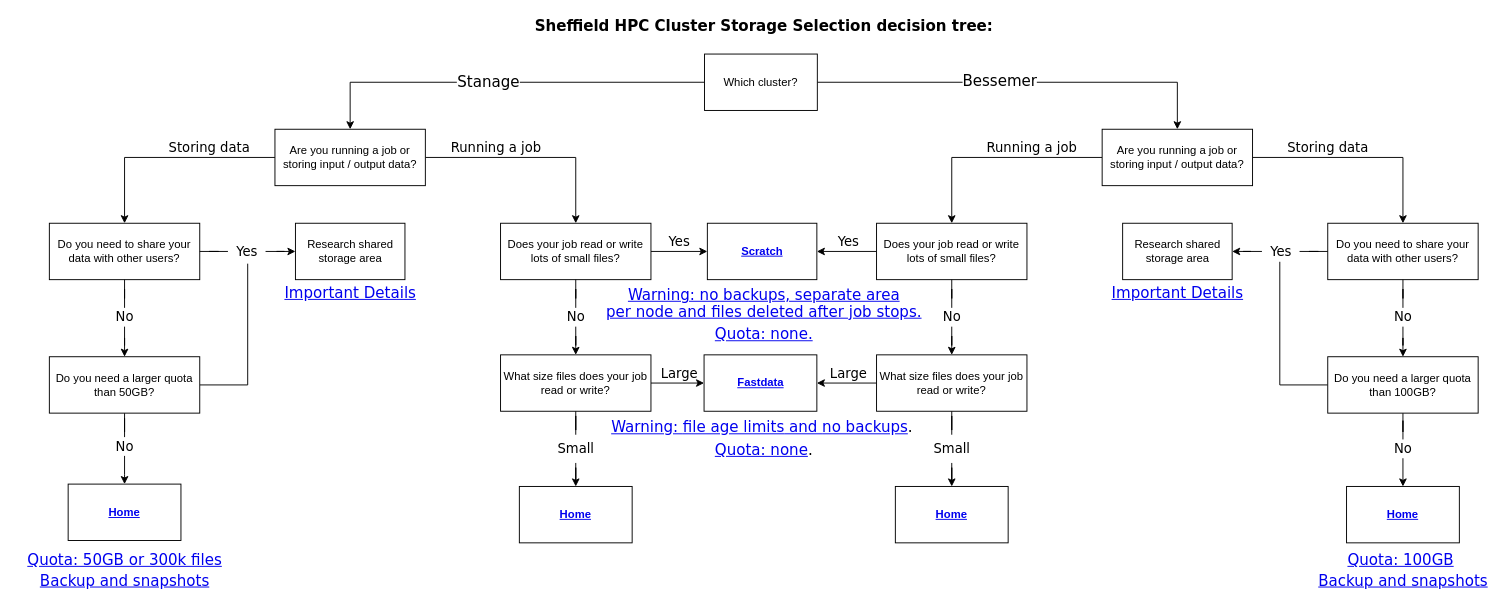
Before: hpc/Sheffield-HPC-Cluster-Storage-Selection-decision-tree.drawio.xml in rcgsheffield/sheffield_hpc, a draw.io diagram. Source tidied: cells renumbered, new cells numbered last; positions are measured from the earlier drawing's top-left corner, leaving out a move shared by most shapes. Both pictures are drawn from the tidied source at 94%, with x=0, y=0 at pixel (16, 16).
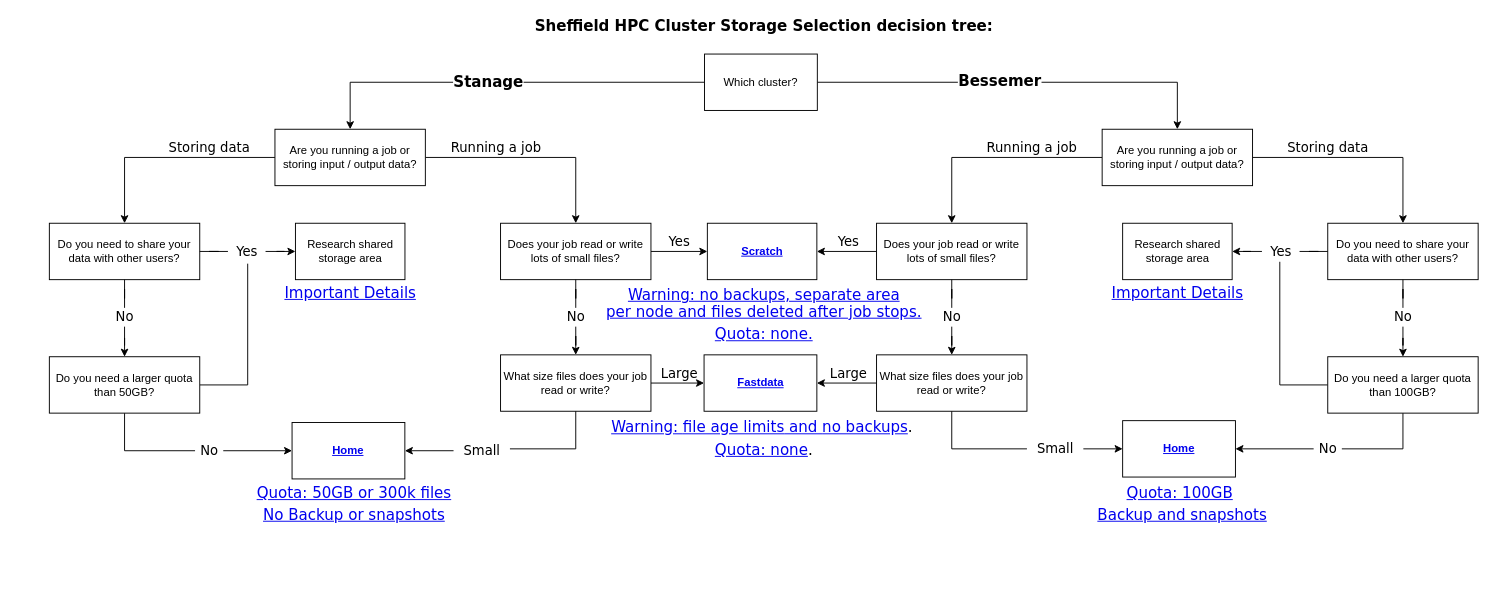
Above is the later version.

Unchanged cells that the change refers to:
```xml
<mxCell id="2" style="rounded=0;jettySize=auto;html=1;exitX=0;exitY=0.5;exitDx=0;exitDy=0;entryX=0.5;entryY=0;entryDx=0;entryDy=0;fontFamily=Verdana;fontSize=16;edgeStyle=orthogonalEdgeStyle;" parent="1" edge="1" source="6" target="26">
  <mxGeometry relative="1" as="geometry" />
</mxCell>
<mxCell id="4" style="edgeStyle=orthogonalEdgeStyle;rounded=0;jettySize=auto;html=1;exitX=1;exitY=0.5;exitDx=0;exitDy=0;entryX=0.5;entryY=0;entryDx=0;entryDy=0;fontFamily=Verdana;fontSize=16;" parent="1" edge="1" source="6" target="29">
  <mxGeometry relative="1" as="geometry" />
</mxCell>
<mxCell id="17" value="What size files does your job read or write?" style="rounded=0;whiteSpace=wrap;html=1;" parent="1" vertex="1">
  <mxGeometry x="515" y="360" width="160" height="60" as="geometry" />
</mxCell>
<mxCell id="20" value="What size files does your job read or write?" style="rounded=0;whiteSpace=wrap;html=1;" parent="1" vertex="1">
  <mxGeometry x="915" y="360" width="160" height="60" as="geometry" />
</mxCell>
<mxCell id="74" value="Do you need a larger quota than 50GB?" style="rounded=0;whiteSpace=wrap;html=1;spacing=8;" parent="1" vertex="1">
  <mxGeometry x="35" y="362" width="160" height="60" as="geometry" />
</mxCell>
<mxCell id="77" value="Do you need a larger quota than 100GB?" style="rounded=0;whiteSpace=wrap;html=1;spacing=8;" parent="1" vertex="1">
  <mxGeometry x="1395" y="362" width="160" height="60" as="geometry" />
</mxCell>
```

The edit, as a diff of the source:
```diff
@@
-    <mxCell id="3" value="Stanage" style="edgeLabel;html=1;align=center;verticalAlign=middle;fontSize=16;fontFamily=Verdana;" parent="2" vertex="1">
+    <mxCell id="3" value="Stanage" style="edgeLabel;html=1;align=center;verticalAlign=middle;fontSize=16;fontFamily=Verdana;fontStyle=1;" parent="2" vertex="1">
       <mxGeometry x="0.08" y="-1" relative="1" as="geometry" />
     </mxCell>
@@
-    <mxCell id="5" value="Bessemer" style="edgeLabel;html=1;align=center;verticalAlign=middle;fontSize=16;fontFamily=Verdana;" parent="4" vertex="1">
+    <mxCell id="5" value="Bessemer" style="edgeLabel;html=1;align=center;verticalAlign=middle;fontSize=16;fontFamily=Verdana;fontStyle=1;" parent="4" vertex="1">
       <mxGeometry x="-0.11" y="2" relative="1" as="geometry" />
     </mxCell>
@@
-    <mxCell id="16" style="edgeStyle=orthogonalEdgeStyle;rounded=0;jettySize=auto;html=1;fontFamily=Verdana;fontSize=14;startArrow=none;" parent="1" edge="1" source="45" target="43">
-      <mxGeometry relative="1" as="geometry" />
-    </mxCell>
@@
-    <mxCell id="19" style="edgeStyle=orthogonalEdgeStyle;rounded=0;jettySize=auto;html=1;fontFamily=Verdana;fontSize=14;startArrow=none;" parent="1" edge="1" source="47" target="44">
-      <mxGeometry relative="1" as="geometry" />
-    </mxCell>
@@
-    <mxCell id="43" value="&lt;b&gt;&lt;a href=&quot;https://docs.hpc.shef.ac.uk/en/latest/hpc/filestore.html#home-directories&quot;&gt;Home&lt;/a&gt;&lt;/b&gt;&lt;br&gt;&lt;b&gt;&lt;/b&gt;" style="rounded=0;whiteSpace=wrap;html=1;" parent="1" vertex="1">
-      <mxGeometry x="535" y="500" width="120" height="60" as="geometry" />
-    </mxCell>
-    <mxCell id="44" value="&lt;b&gt;&lt;a href=&quot;https://docs.hpc.shef.ac.uk/en/latest/hpc/filestore.html#home-directories&quot;&gt;Home&lt;/a&gt;&lt;/b&gt;" style="rounded=0;whiteSpace=wrap;html=1;" parent="1" vertex="1">
-      <mxGeometry x="935" y="500" width="120" height="60" as="geometry" />
-    </mxCell>
+    <mxCell id="85" style="edgeStyle=orthogonalEdgeStyle;rounded=0;jettySize=auto;html=1;strokeColor=none;endArrow=none;endFill=0;" parent="1" edge="1" source="45">
+      <mxGeometry relative="1" as="geometry">
+        <mxPoint x="355" y="460" as="targetPoint" />
+        <Array as="points">
+          <mxPoint x="365" y="460" />
+          <mxPoint x="365" y="461" />
+        </Array>
+      </mxGeometry>
+    </mxCell>
     <mxCell id="45" value="Small" style="text;html=1;align=center;verticalAlign=middle;points=[];strokeColor=none;fillColor=none;fontSize=14;fontFamily=Verdana;" parent="1" vertex="1">
-      <mxGeometry x="565" y="445" width="60" height="30" as="geometry" />
+      <mxGeometry x="465" y="447" width="60" height="30" as="geometry" />
     </mxCell>
     <mxCell id="46" style="edgeStyle=orthogonalEdgeStyle;rounded=0;jettySize=auto;html=1;fontFamily=Verdana;fontSize=14;endArrow=none;" parent="1" edge="1" source="17" target="45">
-      <mxGeometry relative="1" as="geometry" />
+      <mxGeometry relative="1" as="geometry">
+        <Array as="points">
+          <mxPoint x="595" y="460" />
+        </Array>
+      </mxGeometry>
     </mxCell>
+    <mxCell id="86" style="edgeStyle=orthogonalEdgeStyle;rounded=0;jettySize=auto;html=1;" parent="1" edge="1" source="47" target="50">
+      <mxGeometry relative="1" as="geometry" />
+    </mxCell>
     <mxCell id="47" value="Small" style="text;html=1;align=center;verticalAlign=middle;points=[];strokeColor=none;fillColor=none;fontSize=14;fontFamily=Verdana;" parent="1" vertex="1">
-      <mxGeometry x="965" y="445" width="60" height="30" as="geometry" />
+      <mxGeometry x="1075" y="445" width="60" height="30" as="geometry" />
     </mxCell>
     <mxCell id="48" style="edgeStyle=orthogonalEdgeStyle;rounded=0;jettySize=auto;html=1;fontFamily=Verdana;fontSize=14;endArrow=none;" parent="1" edge="1" source="20" target="47">
-      <mxGeometry relative="1" as="geometry" />
+      <mxGeometry relative="1" as="geometry">
+        <Array as="points">
+          <mxPoint x="995" y="460" />
+        </Array>
+      </mxGeometry>
     </mxCell>
@@
     <mxCell id="50" value="&lt;b&gt;&lt;a href=&quot;https://docs.hpc.shef.ac.uk/en/latest/hpc/filestore.html#home-directories&quot;&gt;Home&lt;/a&gt;&lt;/b&gt;" style="rounded=0;whiteSpace=wrap;html=1;" parent="1" vertex="1">
-      <mxGeometry x="1415" y="500" width="120" height="60" as="geometry" />
+      <mxGeometry x="1176.8" y="430" width="120" height="60" as="geometry" />
     </mxCell>
@@
     <mxCell id="65" value="&lt;a href=&quot;https://docs.hpc.shef.ac.uk/en/latest/hpc/filestore.html#home-directories&quot;&gt;Quota: 50GB or 300k files&lt;/a&gt;" style="text;html=1;align=center;verticalAlign=middle;strokeColor=none;fillColor=none;fontSize=16;fontFamily=Verdana;" parent="1" vertex="1">
-      <mxGeometry y="562.5" width="230" height="30" as="geometry" />
+      <mxGeometry x="243.6" y="492" width="230" height="30" as="geometry" />
     </mxCell>
     <mxCell id="66" value="&lt;a href=&quot;https://docs.hpc.shef.ac.uk/en/latest/hpc/filestore.html#home-directories&quot;&gt;Backup and snapshots&lt;/a&gt;" style="text;html=1;align=center;verticalAlign=middle;strokeColor=none;fillColor=none;fontSize=16;fontFamily=Verdana;" parent="1" vertex="1">
-      <mxGeometry x="1375" y="590" width="200" height="20" as="geometry" />
+      <mxGeometry x="1140.4" y="519.5" width="200" height="20" as="geometry" />
     </mxCell>
@@
     <mxCell id="73" style="edgeStyle=orthogonalEdgeStyle;rounded=0;jettySize=auto;html=1;exitX=0.5;exitY=1;exitDx=0;exitDy=0;endArrow=none;endFill=0;" parent="1" edge="1" source="74" target="84">
-      <mxGeometry relative="1" as="geometry" />
+      <mxGeometry relative="1" as="geometry">
+        <Array as="points">
+          <mxPoint x="115" y="462" />
+        </Array>
+      </mxGeometry>
     </mxCell>
@@
     <mxCell id="75" style="edgeStyle=orthogonalEdgeStyle;rounded=0;jettySize=auto;html=1;endArrow=none;endFill=0;" parent="1" edge="1" source="77" target="79">
-      <mxGeometry relative="1" as="geometry" />
+      <mxGeometry relative="1" as="geometry">
+        <Array as="points">
+          <mxPoint x="1475" y="460" />
+        </Array>
+      </mxGeometry>
     </mxCell>
@@
-    <mxCell id="78" style="edgeStyle=orthogonalEdgeStyle;rounded=0;jettySize=auto;html=1;endArrow=classic;endFill=1;" parent="1" edge="1" source="79">
-      <mxGeometry relative="1" as="geometry">
-        <mxPoint x="1475" y="500" as="targetPoint" />
-      </mxGeometry>
-    </mxCell>
+    <mxCell id="87" style="edgeStyle=orthogonalEdgeStyle;rounded=0;jettySize=auto;html=1;entryX=1;entryY=0.5;entryDx=0;entryDy=0;" parent="1" edge="1" source="79" target="50">
+      <mxGeometry relative="1" as="geometry" />
+    </mxCell>
     <mxCell id="79" value="No" style="text;html=1;align=center;verticalAlign=middle;points=[];strokeColor=none;fillColor=none;fontSize=14;fontFamily=Verdana;" parent="1" vertex="1">
-      <mxGeometry x="1460" y="450" width="30" height="20" as="geometry" />
+      <mxGeometry x="1380" y="450" width="30" height="20" as="geometry" />
     </mxCell>
+    <mxCell id="81" value="&lt;a href=&quot;https://docs.hpc.shef.ac.uk/en/latest/hpc/filestore.html#home-directories&quot;&gt;Quota: 100GB&lt;/a&gt;&amp;nbsp;" style="text;html=1;align=center;verticalAlign=middle;strokeColor=none;fillColor=none;fontSize=16;fontFamily=Verdana;" parent="1" vertex="1">
+      <mxGeometry x="1170.4" y="492" width="140" height="30" as="geometry" />
+    </mxCell>
+    <mxCell id="88" style="edgeStyle=orthogonalEdgeStyle;rounded=0;jettySize=auto;html=1;" parent="1" edge="1" source="84" target="80">
+      <mxGeometry relative="1" as="geometry" />
+    </mxCell>
+    <mxCell id="84" value="No" style="text;html=1;align=center;verticalAlign=middle;points=[];strokeColor=none;fillColor=none;fontSize=14;fontFamily=Verdana;" parent="1" vertex="1">
+      <mxGeometry x="190" y="452" width="30" height="20" as="geometry" />
+    </mxCell>
+    <mxCell id="89" value="&lt;a href=&quot;https://docs.hpc.shef.ac.uk/en/latest/hpc/filestore.html#home-directories&quot;&gt;No Backup or snapshots&lt;/a&gt;" style="text;html=1;align=center;verticalAlign=middle;strokeColor=none;fillColor=none;fontSize=16;fontFamily=Verdana;" parent="1" vertex="1">
+      <mxGeometry x="248.6" y="514.5" width="220" height="30" as="geometry" />
+    </mxCell>
+    <mxCell id="90" style="edgeStyle=orthogonalEdgeStyle;rounded=0;jettySize=auto;html=1;" parent="1" edge="1" source="45" target="80">
+      <mxGeometry relative="1" as="geometry" />
+    </mxCell>
     <mxCell id="80" value="&lt;b&gt;&lt;a href=&quot;https://docs.hpc.shef.ac.uk/en/latest/hpc/filestore.html#home-directories&quot;&gt;Home&lt;/a&gt;&lt;/b&gt;" style="rounded=0;whiteSpace=wrap;html=1;" parent="1" vertex="1">
-      <mxGeometry x="55" y="497.5" width="120" height="60" as="geometry" />
+      <mxGeometry x="293.2" y="432" width="120" height="60" as="geometry" />
     </mxCell>
-    <mxCell id="81" value="&lt;a href=&quot;https://docs.hpc.shef.ac.uk/en/latest/hpc/filestore.html#home-directories&quot;&gt;Quota: 100GB&lt;/a&gt;&amp;nbsp;" style="text;html=1;align=center;verticalAlign=middle;strokeColor=none;fillColor=none;fontSize=16;fontFamily=Verdana;" parent="1" vertex="1">
-      <mxGeometry x="1405" y="562.5" width="140" height="30" as="geometry" />
-    </mxCell>
-    <mxCell id="82" value="&lt;a href=&quot;https://docs.hpc.shef.ac.uk/en/latest/hpc/filestore.html#home-directories&quot;&gt;Backup and snapshots&lt;/a&gt;" style="text;html=1;align=center;verticalAlign=middle;strokeColor=none;fillColor=none;fontSize=16;fontFamily=Verdana;" parent="1" vertex="1">
-      <mxGeometry x="15" y="585" width="200" height="30" as="geometry" />
-    </mxCell>
-    <mxCell id="83" style="edgeStyle=orthogonalEdgeStyle;rounded=0;jettySize=auto;html=1;endArrow=classic;endFill=1;" parent="1" edge="1" source="84">
-      <mxGeometry relative="1" as="geometry">
-        <mxPoint x="115" y="497.5" as="targetPoint" />
-      </mxGeometry>
-    </mxCell>
-    <mxCell id="84" value="No" style="text;html=1;align=center;verticalAlign=middle;points=[];strokeColor=none;fillColor=none;fontSize=14;fontFamily=Verdana;" parent="1" vertex="1">
-      <mxGeometry x="100" y="447.5" width="30" height="20" as="geometry" />
-    </mxCell>
```
